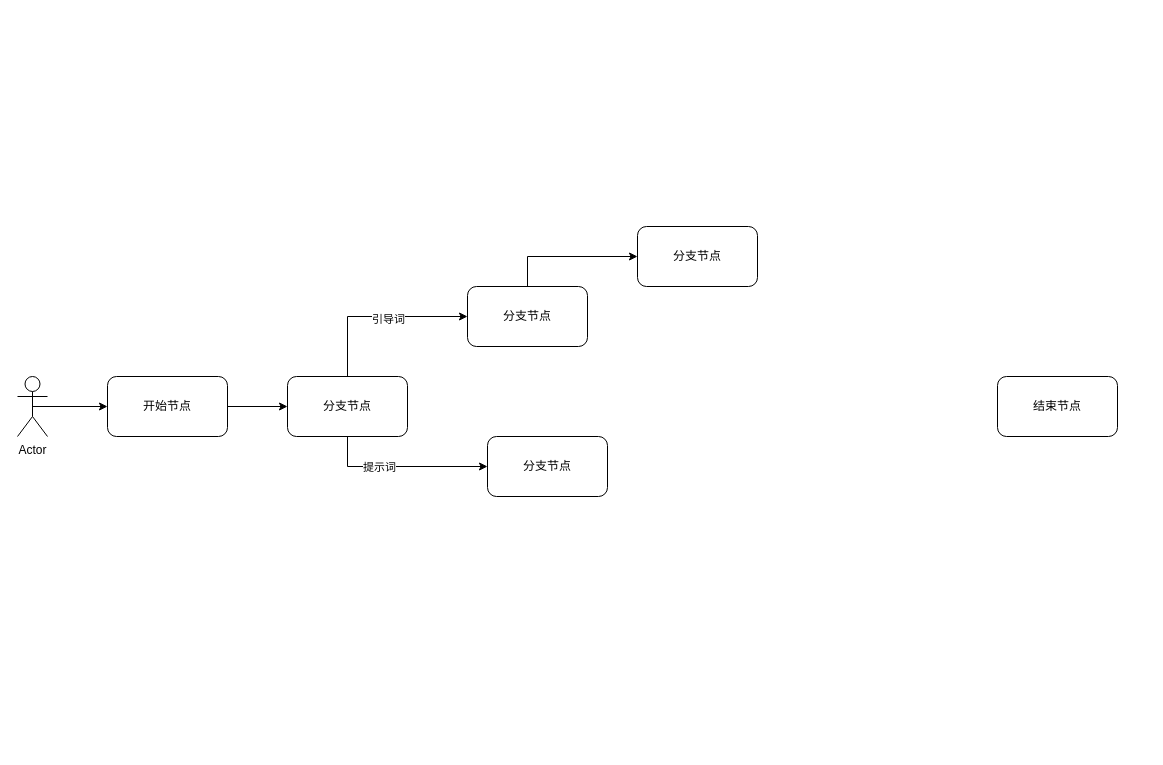
huaxiaojilzg/workflow_draw keeps this draw.io diagram as 7.展品互动.drawio. Above is the earlier version. Source tidied: cells renumbered, new cells numbered last; positions are measured from the earlier drawing's top-left corner, leaving out a move shared by most shapes. Both pictures are drawn from the tidied source at 100%, with x=0, y=0 at pixel (17, 226).
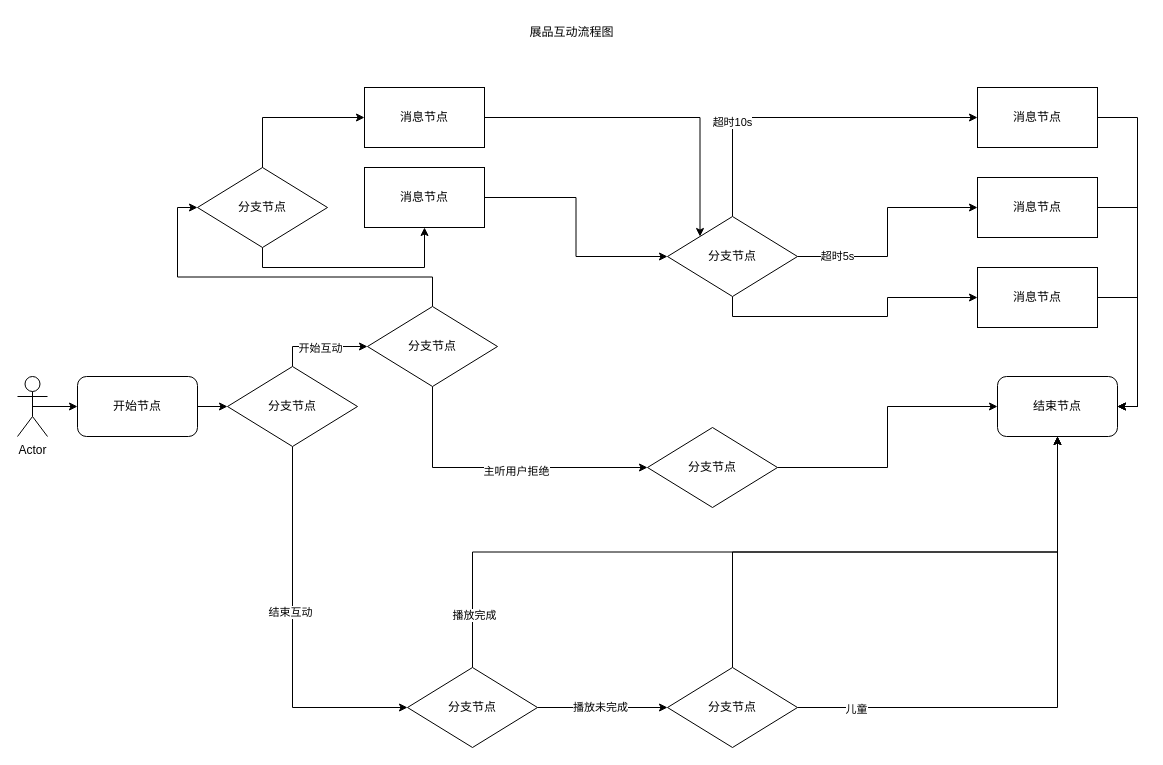
After the change.

Commit message:
更新7.展品互动1.0版本.drawio

Unchanged cells that the change refers to:
```xml
<mxCell id="15" value="结束节点" style="rounded=1;whiteSpace=wrap;html=1;" parent="1" vertex="1">
  <mxGeometry x="980" y="150" width="120" height="60" as="geometry" />
</mxCell>
```

What changed in the source:
```diff
@@
-    <mxCell id="4" style="edgeStyle=orthogonalEdgeStyle;rounded=0;jettySize=auto;html=1;exitX=1;exitY=0.5;exitDx=0;exitDy=0;entryX=0;entryY=0.5;entryDx=0;entryDy=0;" parent="1" edge="1" source="5" target="10">
+    <mxCell id="4" style="edgeStyle=orthogonalEdgeStyle;rounded=0;jettySize=auto;html=1;exitX=1;exitY=0.5;exitDx=0;exitDy=0;entryX=0;entryY=0.5;entryDx=0;entryDy=0;" parent="1" edge="1" source="5" target="22">
       <mxGeometry relative="1" as="geometry" />
     </mxCell>
     <mxCell id="5" value="开始节点" style="rounded=1;whiteSpace=wrap;html=1;" parent="1" vertex="1">
-      <mxGeometry x="90" y="150" width="120" height="60" as="geometry" />
+      <mxGeometry x="60" y="150" width="120" height="60" as="geometry" />
     </mxCell>
-    <mxCell id="6" style="edgeStyle=orthogonalEdgeStyle;rounded=0;jettySize=auto;html=1;exitX=0.5;exitY=0;exitDx=0;exitDy=0;entryX=0;entryY=0.5;entryDx=0;entryDy=0;" parent="1" edge="1" source="10" target="12">
+    <mxCell id="6" style="edgeStyle=orthogonalEdgeStyle;rounded=0;jettySize=auto;html=1;exitX=0.5;exitY=0;exitDx=0;exitDy=0;entryX=0;entryY=0.5;entryDx=0;entryDy=0;" parent="1" edge="1" source="22" target="19">
       <mxGeometry relative="1" as="geometry" />
     </mxCell>
-    <mxCell id="7" value="引导词" style="edgeLabel;html=1;align=center;verticalAlign=middle;" parent="6" vertex="1">
-      <mxGeometry x="0.11" y="-2" relative="1" as="geometry" />
-    </mxCell>
-    <mxCell id="8" style="edgeStyle=orthogonalEdgeStyle;rounded=0;jettySize=auto;html=1;exitX=0.5;exitY=1;exitDx=0;exitDy=0;" parent="1" edge="1" source="10" target="13">
-      <mxGeometry relative="1" as="geometry" />
-    </mxCell>
-    <mxCell id="9" value="提示词" style="edgeLabel;html=1;align=center;verticalAlign=middle;" parent="8" vertex="1">
-      <mxGeometry x="-0.28" relative="1" as="geometry" />
-    </mxCell>
-    <mxCell id="10" value="分支节点" style="rounded=1;whiteSpace=wrap;html=1;" parent="1" vertex="1">
-      <mxGeometry x="270" y="150" width="120" height="60" as="geometry" />
-    </mxCell>
+    <mxCell id="16" value="开始互动" style="edgeLabel;html=1;align=center;verticalAlign=middle;" parent="6" vertex="1">
+      <mxGeometry x="-0.01" y="-1" relative="1" as="geometry" />
+    </mxCell>
-    <mxCell id="11" style="edgeStyle=orthogonalEdgeStyle;rounded=0;jettySize=auto;html=1;entryX=0;entryY=0.5;entryDx=0;entryDy=0;exitX=0.5;exitY=0;exitDx=0;exitDy=0;" parent="1" edge="1" source="12" target="14">
+    <mxCell id="11" style="edgeStyle=orthogonalEdgeStyle;rounded=0;jettySize=auto;html=1;exitX=0.5;exitY=0;exitDx=0;exitDy=0;entryX=0;entryY=0.5;entryDx=0;entryDy=0;" parent="1" edge="1" source="19" target="42">
       <mxGeometry relative="1" as="geometry" />
     </mxCell>
-    <mxCell id="12" value="分支节点" style="rounded=1;whiteSpace=wrap;html=1;" parent="1" vertex="1">
-      <mxGeometry x="450" y="60" width="120" height="60" as="geometry" />
-    </mxCell>
-    <mxCell id="13" value="分支节点" style="rounded=1;whiteSpace=wrap;html=1;" parent="1" vertex="1">
-      <mxGeometry x="470" y="210" width="120" height="60" as="geometry" />
-    </mxCell>
-    <mxCell id="14" value="分支节点" style="rounded=1;whiteSpace=wrap;html=1;" parent="1" vertex="1">
-      <mxGeometry x="620" width="120" height="60" as="geometry" />
-    </mxCell>
@@
+    <mxCell id="17" style="edgeStyle=orthogonalEdgeStyle;rounded=0;jettySize=auto;html=1;exitX=0.5;exitY=1;exitDx=0;exitDy=0;entryX=0;entryY=0.5;entryDx=0;entryDy=0;" parent="1" edge="1" source="19" target="35">
+      <mxGeometry relative="1" as="geometry" />
+    </mxCell>
+    <mxCell id="18" value="主听用户拒绝" style="edgeLabel;html=1;align=center;verticalAlign=middle;" parent="17" vertex="1">
+      <mxGeometry x="0.11" y="-3" relative="1" as="geometry" />
+    </mxCell>
+    <mxCell id="19" value="分支节点" style="rhombus;whiteSpace=wrap;html=1;" parent="1" vertex="1">
+      <mxGeometry x="350" y="80" width="130" height="80" as="geometry" />
+    </mxCell>
+    <mxCell id="20" style="edgeStyle=orthogonalEdgeStyle;rounded=0;jettySize=auto;html=1;exitX=0.5;exitY=1;exitDx=0;exitDy=0;entryX=1;entryY=0.5;entryDx=0;entryDy=0;" parent="1" edge="1" source="22" target="27">
+      <mxGeometry relative="1" as="geometry" />
+    </mxCell>
+    <mxCell id="21" value="结束互动" style="edgeLabel;html=1;align=center;verticalAlign=middle;" parent="20" vertex="1">
+      <mxGeometry x="-0.12" y="-3" relative="1" as="geometry" />
+    </mxCell>
+    <mxCell id="22" value="分支节点" style="rhombus;whiteSpace=wrap;html=1;" parent="1" vertex="1">
+      <mxGeometry x="210" y="140" width="130" height="80" as="geometry" />
+    </mxCell>
+    <mxCell id="23" style="edgeStyle=orthogonalEdgeStyle;rounded=0;jettySize=auto;html=1;exitX=0.5;exitY=1;exitDx=0;exitDy=0;entryX=0.5;entryY=1;entryDx=0;entryDy=0;" parent="1" edge="1" source="27" target="15">
+      <mxGeometry relative="1" as="geometry" />
+    </mxCell>
+    <mxCell id="24" value="播放完成" style="edgeLabel;html=1;align=center;verticalAlign=middle;" parent="23" vertex="1">
+      <mxGeometry x="-0.87" y="-1" relative="1" as="geometry" />
+    </mxCell>
+    <mxCell id="25" style="edgeStyle=orthogonalEdgeStyle;rounded=0;jettySize=auto;html=1;exitX=0;exitY=0.5;exitDx=0;exitDy=0;" parent="1" edge="1" source="27" target="39">
+      <mxGeometry relative="1" as="geometry" />
+    </mxCell>
+    <mxCell id="26" value="播放未完成" style="edgeLabel;html=1;align=center;verticalAlign=middle;" parent="25" vertex="1">
+      <mxGeometry x="-0.04" y="1" relative="1" as="geometry" />
+    </mxCell>
+    <mxCell id="27" value="分支节点" style="rhombus;whiteSpace=wrap;html=1;direction=west;" parent="1" vertex="1">
+      <mxGeometry x="390" y="441" width="130" height="80" as="geometry" />
+    </mxCell>
+    <mxCell id="28" style="edgeStyle=orthogonalEdgeStyle;rounded=0;jettySize=auto;html=1;exitX=1;exitY=0.5;exitDx=0;exitDy=0;entryX=0;entryY=0.5;entryDx=0;entryDy=0;" parent="1" edge="1" source="33" target="51">
+      <mxGeometry relative="1" as="geometry" />
+    </mxCell>
+    <mxCell id="29" value="超时5s" style="edgeLabel;html=1;align=center;verticalAlign=middle;" parent="28" vertex="1">
+      <mxGeometry x="-0.66" y="1" relative="1" as="geometry" />
+    </mxCell>
+    <mxCell id="30" style="edgeStyle=orthogonalEdgeStyle;rounded=0;jettySize=auto;html=1;exitX=0.5;exitY=1;exitDx=0;exitDy=0;" parent="1" edge="1" source="33" target="53">
+      <mxGeometry relative="1" as="geometry" />
+    </mxCell>
+    <mxCell id="31" style="edgeStyle=orthogonalEdgeStyle;rounded=0;jettySize=auto;html=1;exitX=0.5;exitY=0;exitDx=0;exitDy=0;entryX=0;entryY=0.5;entryDx=0;entryDy=0;" parent="1" edge="1" source="33" target="49">
+      <mxGeometry relative="1" as="geometry" />
+    </mxCell>
+    <mxCell id="32" value="超时10s" style="edgeLabel;html=1;align=center;verticalAlign=middle;" parent="31" vertex="1">
+      <mxGeometry x="-0.45" y="1" relative="1" as="geometry" />
+    </mxCell>
+    <mxCell id="33" value="分支节点" style="rhombus;whiteSpace=wrap;html=1;" parent="1" vertex="1">
+      <mxGeometry x="650" y="-10" width="130" height="80" as="geometry" />
+    </mxCell>
+    <mxCell id="34" style="edgeStyle=orthogonalEdgeStyle;rounded=0;jettySize=auto;html=1;exitX=1;exitY=0.5;exitDx=0;exitDy=0;entryX=0;entryY=0.5;entryDx=0;entryDy=0;" parent="1" edge="1" source="35" target="15">
+      <mxGeometry relative="1" as="geometry" />
+    </mxCell>
+    <mxCell id="35" value="分支节点" style="rhombus;whiteSpace=wrap;html=1;" parent="1" vertex="1">
+      <mxGeometry x="630" y="201" width="130" height="80" as="geometry" />
+    </mxCell>
+    <mxCell id="36" style="edgeStyle=orthogonalEdgeStyle;rounded=0;jettySize=auto;html=1;exitX=0;exitY=0.5;exitDx=0;exitDy=0;entryX=0.5;entryY=1;entryDx=0;entryDy=0;" parent="1" edge="1" source="39" target="15">
+      <mxGeometry relative="1" as="geometry" />
+    </mxCell>
+    <mxCell id="37" value="儿童" style="edgeLabel;html=1;align=center;verticalAlign=middle;" parent="36" vertex="1">
+      <mxGeometry x="-0.78" y="-1" relative="1" as="geometry" />
+    </mxCell>
+    <mxCell id="38" style="edgeStyle=orthogonalEdgeStyle;rounded=0;jettySize=auto;html=1;exitX=0.5;exitY=1;exitDx=0;exitDy=0;entryX=0.5;entryY=1;entryDx=0;entryDy=0;" parent="1" edge="1" source="39" target="15">
+      <mxGeometry relative="1" as="geometry" />
+    </mxCell>
+    <mxCell id="39" value="分支节点" style="rhombus;whiteSpace=wrap;html=1;direction=west;" parent="1" vertex="1">
+      <mxGeometry x="650" y="441" width="130" height="80" as="geometry" />
+    </mxCell>
+    <mxCell id="40" value="展品互动流程图" style="text;html=1;align=center;verticalAlign=middle;whiteSpace=wrap;rounded=0;" parent="1" vertex="1">
+      <mxGeometry x="467" y="-209" width="175" height="30" as="geometry" />
+    </mxCell>
+    <mxCell id="41" style="edgeStyle=orthogonalEdgeStyle;rounded=0;jettySize=auto;html=1;exitX=0.5;exitY=1;exitDx=0;exitDy=0;entryX=0.5;entryY=1;entryDx=0;entryDy=0;" parent="1" edge="1" source="42" target="47">
+      <mxGeometry relative="1" as="geometry" />
+    </mxCell>
+    <mxCell id="42" value="分支节点" style="rhombus;whiteSpace=wrap;html=1;" parent="1" vertex="1">
+      <mxGeometry x="180" y="-59" width="130" height="80" as="geometry" />
+    </mxCell>
+    <mxCell id="43" style="edgeStyle=orthogonalEdgeStyle;rounded=0;jettySize=auto;html=1;exitX=0.5;exitY=0;exitDx=0;exitDy=0;entryX=0;entryY=0.5;entryDx=0;entryDy=0;" parent="1" edge="1" source="42" target="45">
+      <mxGeometry relative="1" as="geometry" />
+    </mxCell>
+    <mxCell id="44" style="edgeStyle=orthogonalEdgeStyle;rounded=0;jettySize=auto;html=1;exitX=1;exitY=0.5;exitDx=0;exitDy=0;entryX=0;entryY=0;entryDx=0;entryDy=0;" parent="1" edge="1" source="45" target="33">
+      <mxGeometry relative="1" as="geometry" />
+    </mxCell>
+    <mxCell id="45" value="消息节点" style="rounded=0;whiteSpace=wrap;html=1;" parent="1" vertex="1">
+      <mxGeometry x="347" y="-139" width="120" height="60" as="geometry" />
+    </mxCell>
+    <mxCell id="46" style="edgeStyle=orthogonalEdgeStyle;rounded=0;jettySize=auto;html=1;exitX=1;exitY=0.5;exitDx=0;exitDy=0;" parent="1" edge="1" source="47" target="33">
+      <mxGeometry relative="1" as="geometry" />
+    </mxCell>
+    <mxCell id="47" value="消息节点" style="rounded=0;whiteSpace=wrap;html=1;" parent="1" vertex="1">
+      <mxGeometry x="347" y="-59" width="120" height="60" as="geometry" />
+    </mxCell>
+    <mxCell id="48" style="edgeStyle=orthogonalEdgeStyle;rounded=0;jettySize=auto;html=1;exitX=1;exitY=0.5;exitDx=0;exitDy=0;entryX=1;entryY=0.5;entryDx=0;entryDy=0;" parent="1" edge="1" source="49" target="15">
+      <mxGeometry relative="1" as="geometry" />
+    </mxCell>
+    <mxCell id="49" value="消息节点" style="rounded=0;whiteSpace=wrap;html=1;" parent="1" vertex="1">
+      <mxGeometry x="960" y="-139" width="120" height="60" as="geometry" />
+    </mxCell>
+    <mxCell id="50" style="edgeStyle=orthogonalEdgeStyle;rounded=0;jettySize=auto;html=1;exitX=1;exitY=0.5;exitDx=0;exitDy=0;entryX=1;entryY=0.5;entryDx=0;entryDy=0;" parent="1" edge="1" source="51" target="15">
+      <mxGeometry relative="1" as="geometry" />
+    </mxCell>
+    <mxCell id="51" value="消息节点" style="rounded=0;whiteSpace=wrap;html=1;" parent="1" vertex="1">
+      <mxGeometry x="960" y="-49" width="120" height="60" as="geometry" />
+    </mxCell>
+    <mxCell id="52" style="edgeStyle=orthogonalEdgeStyle;rounded=0;jettySize=auto;html=1;exitX=1;exitY=0.5;exitDx=0;exitDy=0;entryX=1;entryY=0.5;entryDx=0;entryDy=0;" parent="1" edge="1" source="53" target="15">
+      <mxGeometry relative="1" as="geometry" />
+    </mxCell>
+    <mxCell id="53" value="消息节点" style="rounded=0;whiteSpace=wrap;html=1;" parent="1" vertex="1">
+      <mxGeometry x="960" y="41" width="120" height="60" as="geometry" />
+    </mxCell>
```
